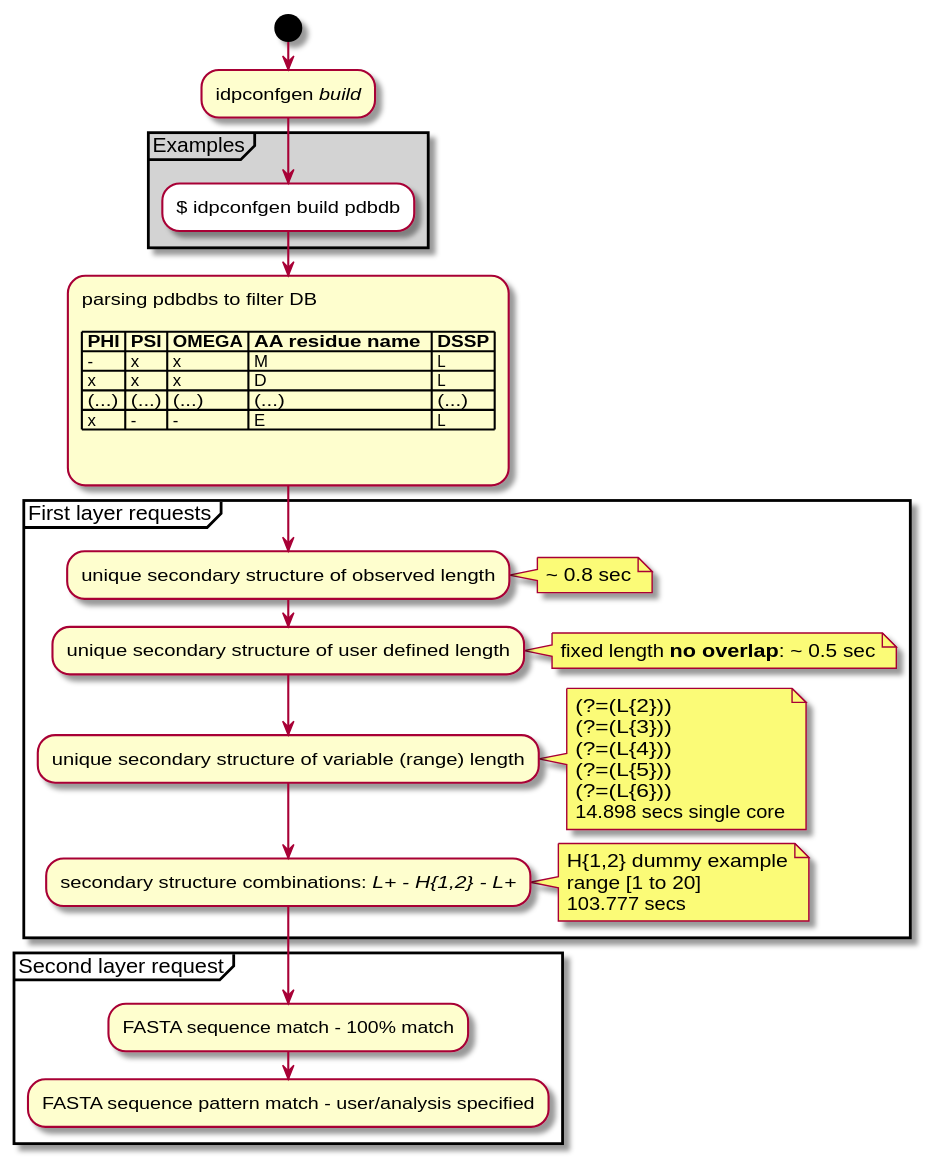
The PlantUML diagram docs/UMLs/idpconfgen_filter.svg in julie-forman-kay-lab/IDPConformerGenerator, before a commit. Source of this version:
```plantuml
@startuml

start

:idpconfgen //build//;

partition #LIGHTGREY Examples {
    #WHITE:$ idpconfgen build pdbdb;
    }

:parsing pdbdbs to filter DB

|= PHI |= PSI |= OMEGA |= AA residue name  |= DSSP |
| - | x | x | M | L |
| x | x | x | D | L |
| (...) | (...) | (...)  | (...) | (...) |
| x | - | - | E | L |

;


partition "First layer requests" {
    :unique secondary structure of observed length;
    note right
        ~ 0.8 sec
    end note
    :unique secondary structure of user defined length;
    note right
        fixed length **no overlap**: ~ 0.5 sec
    end note
    :unique secondary structure of variable (range) length;
    note right
        (?=(L{2}))
        (?=(L{3}))
        (?=(L{4}))
        (?=(L{5}))
        (?=(L{6}))
        14.898 secs single core
    end note
    :secondary structure combinations: //L+ - H{1,2} - L+//;
    note right
        H{1,2} dummy example
        range [1 to 20]
        103.777 secs
    end note
    }

partition "Second layer request" {
    :FASTA sequence match - 100% match;
    :FASTA sequence pattern match - user/analysis specified;
    }

@enduml
```
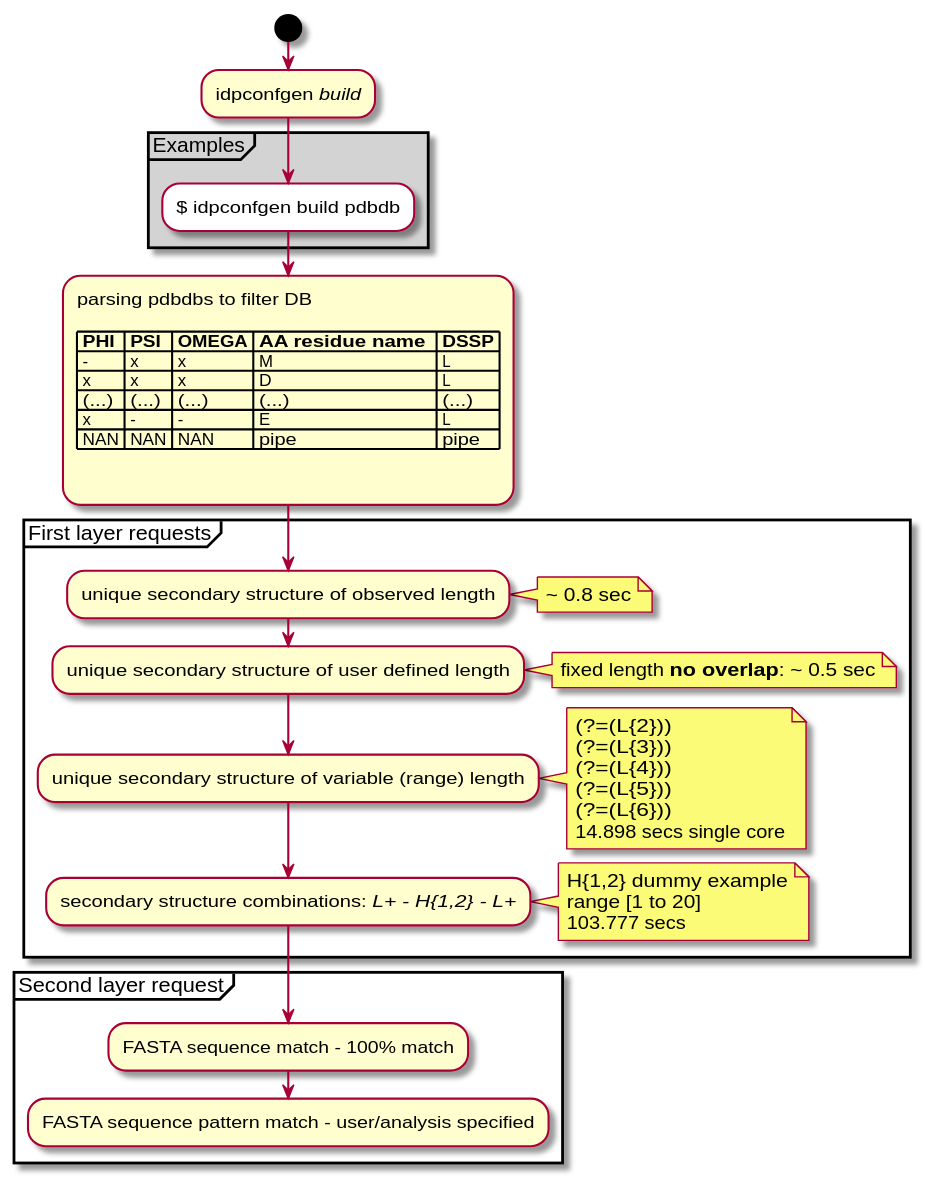
The same file after the commit.

Diff of the diagram source:
```diff
@@ -15,6 +15,7 @@
 | x | x | x | D | L |
 | (...) | (...) | (...)  | (...) | (...) |
 | x | - | - | E | L |
+| NAN | NAN | NAN | pipe | pipe |
 
 ;
 
```
